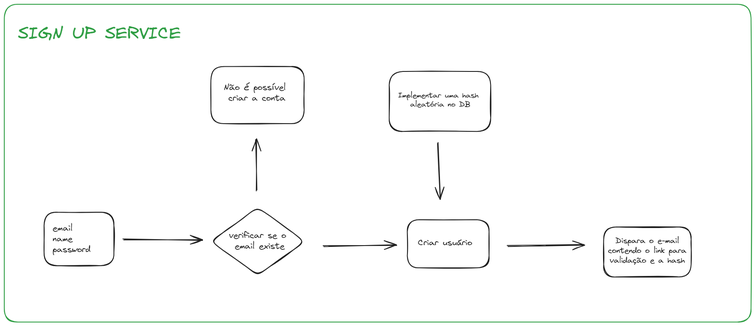
vitorrsousaa/nutri-api keeps this Excalidraw diagram as draw.excalidraw.png. Above is the earlier version. Source tidied: one line per element, renumbered; positions are measured from the earlier drawing's top-left corner, leaving out a move shared by most shapes.
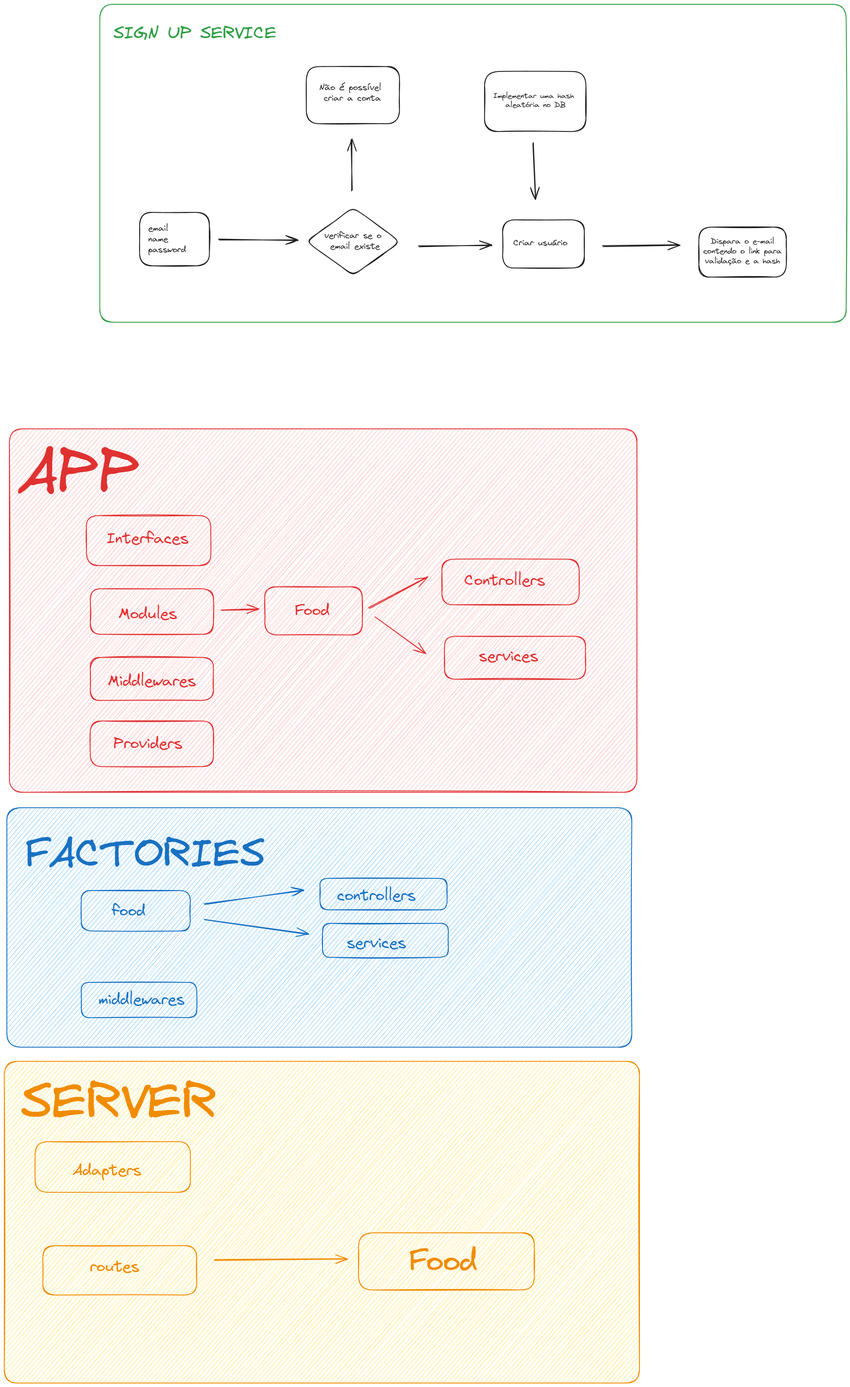
Later version of the same file.

Commit message:
feat: [NUTR-104] - update design

Change to the diagram source:
```diff
@@ -17,3 +17,43 @@
 {"id": 16, "type": "text", "text": "Dispara o e-mail\ncontendo o link para\nvalidação e a hash", "strokeColor": "#1e1e1e", "strokeWidth": 2, "roughness": 1, "fontSize": 18.38, "fontFamily": 1, "textAlign": "center", "x": 1411, "y": 543, "width": 183, "height": 69}
 {"id": 17, "type": "rectangle", "strokeColor": "#2f9e44", "strokeWidth": 2, "roughness": 1, "round": true, "x": 0, "y": 0, "width": 1745, "height": 743}
 {"id": 18, "type": "text", "text": "SIGN UP SERVICE", "strokeColor": "#2f9e44", "strokeWidth": 2, "roughness": 1, "fontSize": 40.98, "fontFamily": 1, "textAlign": "center", "x": 32, "y": 44, "width": 381, "height": 51}
+{"id": 19, "type": "rectangle", "strokeColor": "#e03131", "backgroundColor": "#ffc9c9", "fillStyle": "hachure", "strokeWidth": 2, "roughness": 1, "round": true, "x": -211, "y": 992, "width": 1467, "height": 849}
+{"id": 20, "type": "text", "text": "APP", "strokeColor": "#e03131", "strokeWidth": 2, "roughness": 1, "fontSize": 145.18, "fontFamily": 1, "x": -193, "y": 1009, "width": 287, "height": 181}
+{"id": 21, "type": "rectangle", "strokeColor": "#e03131", "strokeWidth": 2, "roughness": 1, "round": true, "x": -31, "y": 1194, "width": 291, "height": 117}
+{"id": 22, "type": "text", "text": "Interfaces", "strokeColor": "#e03131", "strokeWidth": 2, "roughness": 1, "fontSize": 36, "fontFamily": 1, "x": 17, "y": 1227, "width": 191, "height": 45}
+{"id": 23, "type": "rectangle", "strokeColor": "#e03131", "strokeWidth": 2, "roughness": 1, "round": true, "x": -22, "y": 1365, "width": 288, "height": 106}
+{"id": 24, "type": "text", "text": "Modules", "strokeColor": "#e03131", "strokeWidth": 2, "roughness": 1, "fontSize": 36, "fontFamily": 1, "textAlign": "center", "x": 44, "y": 1403, "width": 137, "height": 45}
+{"id": 25, "type": "rectangle", "strokeColor": "#e03131", "strokeWidth": 2, "roughness": 1, "round": true, "x": 386, "y": 1361, "width": 228, "height": 112}
+{"id": 26, "type": "text", "text": "Food", "strokeColor": "#e03131", "strokeWidth": 2, "roughness": 1, "fontSize": 36, "fontFamily": 1, "textAlign": "center", "x": 456, "y": 1395, "width": 81, "height": 45}
+{"id": 27, "type": "arrow", "strokeColor": "#e03131", "strokeWidth": 2, "roughness": 1, "endArrowhead": "arrow", "round": true, "from": 23, "to": 25, "x": 284, "y": 1415, "width": 87, "height": 1, "points": [[0, 0], [87, -1]]}
+{"id": 28, "type": "arrow", "strokeColor": "#e03131", "strokeWidth": 2, "roughness": 1, "endArrowhead": "arrow", "round": true, "from": 25, "x": 629, "y": 1410, "width": 138, "height": 74, "points": [[0, 0], [138, -74]]}
+{"id": 29, "type": "arrow", "strokeColor": "#e03131", "strokeWidth": 2, "roughness": 1, "endArrowhead": "arrow", "round": true, "x": 644, "y": 1431, "width": 117, "height": 85, "points": [[0, 0], [117, 85]]}
+{"id": 30, "type": "rectangle", "strokeColor": "#e03131", "strokeWidth": 2, "roughness": 1, "round": true, "x": 800, "y": 1296, "width": 321, "height": 106}
+{"id": 31, "type": "rectangle", "strokeColor": "#e03131", "strokeWidth": 2, "roughness": 1, "round": true, "x": 806, "y": 1476, "width": 330, "height": 100}
+{"id": 32, "type": "text", "text": "Controllers", "strokeColor": "#e03131", "strokeWidth": 2, "roughness": 1, "fontSize": 36, "fontFamily": 1, "textAlign": "center", "x": 852, "y": 1325, "width": 189, "height": 45}
+{"id": 33, "type": "text", "text": "services", "strokeColor": "#e03131", "strokeWidth": 2, "roughness": 1, "fontSize": 36, "fontFamily": 1, "textAlign": "center", "x": 886, "y": 1502, "width": 139, "height": 45}
+{"id": 34, "type": "rectangle", "strokeColor": "#e03131", "strokeWidth": 2, "roughness": 1, "round": true, "x": -22, "y": 1526, "width": 288, "height": 100}
+{"id": 35, "type": "text", "text": "Middlewares", "strokeColor": "#e03131", "strokeWidth": 2, "roughness": 1, "fontSize": 36, "fontFamily": 1, "textAlign": "center", "x": 18, "y": 1560, "width": 206, "height": 45}
+{"id": 36, "type": "rectangle", "strokeColor": "#e03131", "strokeWidth": 2, "roughness": 1, "round": true, "x": -22, "y": 1674, "width": 288, "height": 106}
+{"id": 37, "type": "text", "text": "Providers", "strokeColor": "#e03131", "strokeWidth": 2, "roughness": 1, "fontSize": 36, "fontFamily": 1, "textAlign": "center", "x": 32, "y": 1706, "width": 161, "height": 45}
+{"id": 38, "type": "rectangle", "strokeColor": "#1971c2", "backgroundColor": "#a5d8ff", "fillStyle": "hachure", "strokeWidth": 2, "roughness": 1, "round": true, "x": -217, "y": 1877, "width": 1461, "height": 559}
+{"id": 39, "type": "text", "text": "FACTORIES", "strokeColor": "#1971c2", "backgroundColor": "#a5d8ff", "fillStyle": "hachure", "strokeWidth": 2, "roughness": 1, "fontSize": 94.76, "fontFamily": 1, "textAlign": "center", "x": -174, "y": 1929, "width": 560, "height": 118}
+{"id": 40, "type": "rectangle", "strokeColor": "#1971c2", "strokeWidth": 2, "roughness": 1, "round": true, "x": -43, "y": 2070, "width": 255, "height": 94}
+{"id": 41, "type": "text", "text": "food", "strokeColor": "#1971c2", "backgroundColor": "#a5d8ff", "fillStyle": "hachure", "strokeWidth": 2, "roughness": 1, "fontSize": 36, "fontFamily": 1, "textAlign": "center", "x": 29, "y": 2097, "width": 78, "height": 45}
+{"id": 42, "type": "arrow", "strokeColor": "#1971c2", "strokeWidth": 2, "roughness": 1, "endArrowhead": "arrow", "round": true, "x": 245, "y": 2102, "width": 231, "height": 32, "points": [[0, 0], [231, -32]]}
+{"id": 43, "type": "arrow", "strokeColor": "#1971c2", "strokeWidth": 2, "roughness": 1, "endArrowhead": "arrow", "round": true, "x": 245, "y": 2138, "width": 243, "height": 34, "points": [[0, 0], [243, 34]]}
+{"id": 44, "type": "rectangle", "strokeColor": "#1971c2", "strokeWidth": 2, "roughness": 1, "round": true, "x": 515, "y": 2042, "width": 297, "height": 73}
+{"id": 45, "type": "rectangle", "strokeColor": "#1971c2", "strokeWidth": 2, "roughness": 1, "round": true, "x": 521, "y": 2147, "width": 294, "height": 79}
+{"id": 46, "type": "text", "text": "controllers", "strokeColor": "#1971c2", "strokeWidth": 2, "roughness": 1, "fontSize": 36, "fontFamily": 1, "textAlign": "center", "x": 555, "y": 2061, "width": 184, "height": 45}
+{"id": 47, "type": "text", "text": "services", "strokeColor": "#1971c2", "strokeWidth": 2, "roughness": 1, "fontSize": 36, "fontFamily": 1, "textAlign": "center", "x": 577, "y": 2172, "width": 139, "height": 45}
+{"id": 48, "type": "rectangle", "strokeColor": "#1971c2", "strokeWidth": 2, "roughness": 1, "round": true, "x": -43, "y": 2285, "width": 270, "height": 82}
+{"id": 49, "type": "text", "text": "middlewares", "strokeColor": "#1971c2", "strokeWidth": 2, "roughness": 1, "fontSize": 36, "fontFamily": 1, "textAlign": "center", "x": -3, "y": 2304, "width": 201, "height": 45}
+{"id": 50, "type": "rectangle", "strokeColor": "#f08c00", "backgroundColor": "#ffec99", "fillStyle": "hachure", "strokeWidth": 2, "roughness": 1, "round": true, "x": -223, "y": 2469, "width": 1485, "height": 751}
+{"id": 51, "type": "text", "text": "SERVER", "strokeColor": "#f08c00", "backgroundColor": "#ffec99", "fillStyle": "hachure", "strokeWidth": 2, "roughness": 1, "fontSize": 119.63, "fontFamily": 1, "textAlign": "center", "x": -184, "y": 2495, "width": 458, "height": 150}
+{"id": 52, "type": "rectangle", "strokeColor": "#f08c00", "strokeWidth": 2, "roughness": 1, "round": true, "x": -151, "y": 2657, "width": 363, "height": 118}
+{"id": 53, "type": "rectangle", "strokeColor": "#f08c00", "strokeWidth": 2, "roughness": 1, "round": true, "x": -133, "y": 2900, "width": 360, "height": 115}
+{"id": 54, "type": "text", "text": "Adapters", "strokeColor": "#f08c00", "strokeWidth": 2, "roughness": 1, "fontSize": 36, "fontFamily": 1, "textAlign": "center", "x": -64, "y": 2703, "width": 161, "height": 45}
+{"id": 55, "type": "text", "text": "routes", "strokeColor": "#f08c00", "strokeWidth": 2, "roughness": 1, "fontSize": 36, "fontFamily": 1, "textAlign": "center", "x": -23, "y": 2928, "width": 115, "height": 45}
+{"id": 56, "type": "arrow", "strokeColor": "#f08c00", "strokeWidth": 2, "roughness": 1, "endArrowhead": "arrow", "round": true, "x": 269, "y": 2933, "width": 309, "height": 2, "points": [[0, 0], [309, -2]]}
+{"id": 57, "type": "rectangle", "strokeColor": "#f08c00", "strokeWidth": 2, "roughness": 1, "round": true, "x": 605, "y": 2870, "width": 411, "height": 133}
+{"id": 58, "type": "text", "text": "Food", "strokeColor": "#f08c00", "strokeWidth": 2, "roughness": 1, "fontSize": 70.63, "fontFamily": 1, "textAlign": "center", "x": 723, "y": 2895, "width": 159, "height": 88}
```
